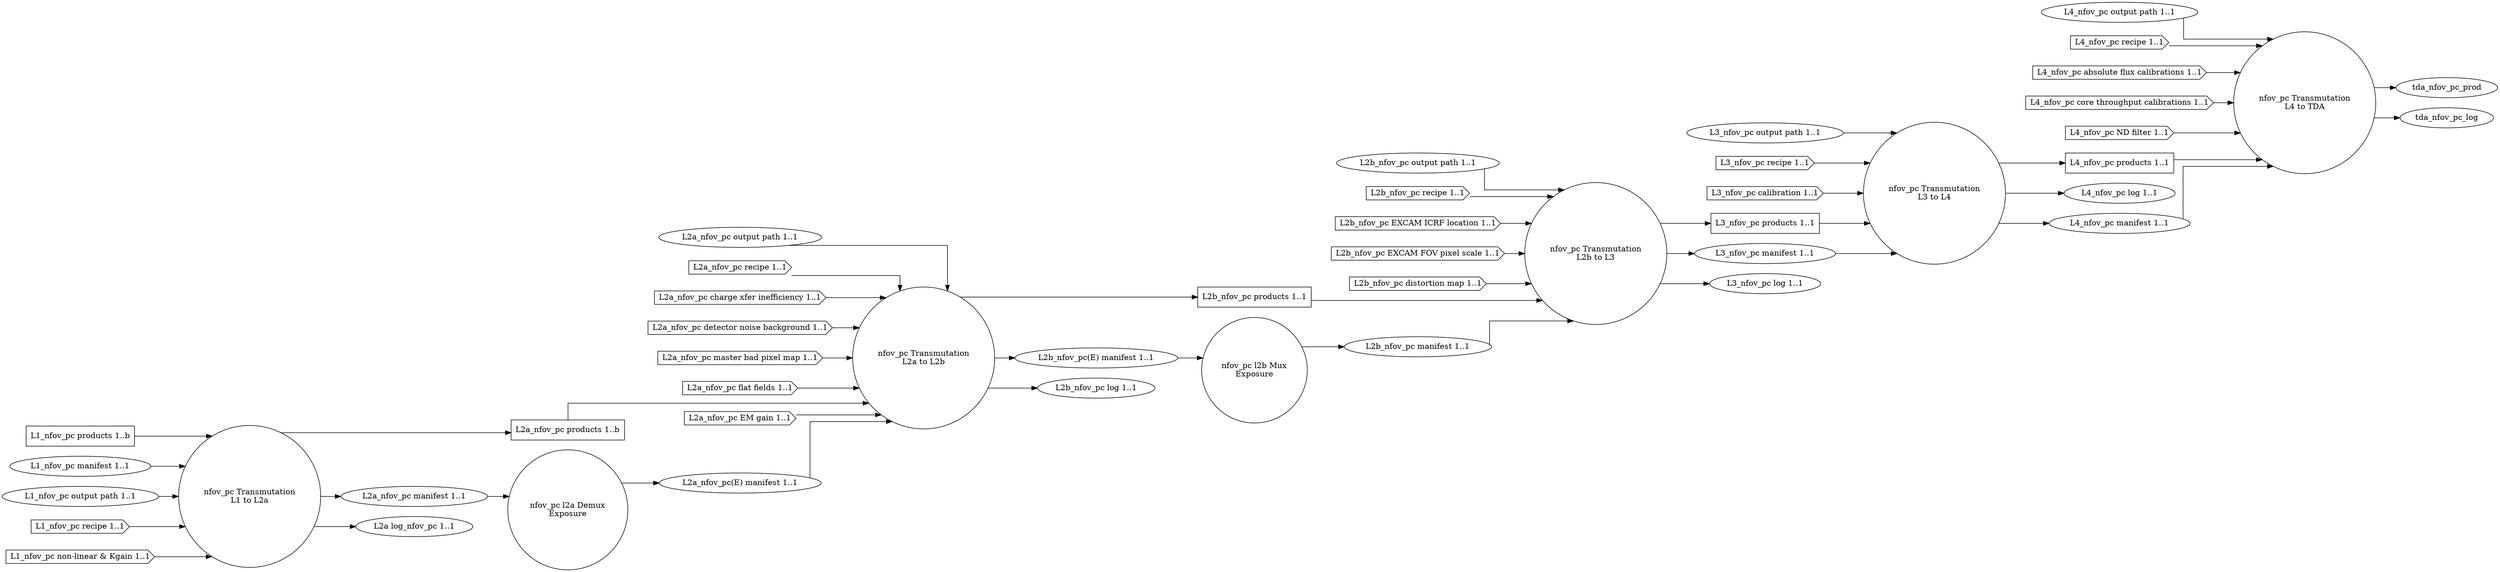
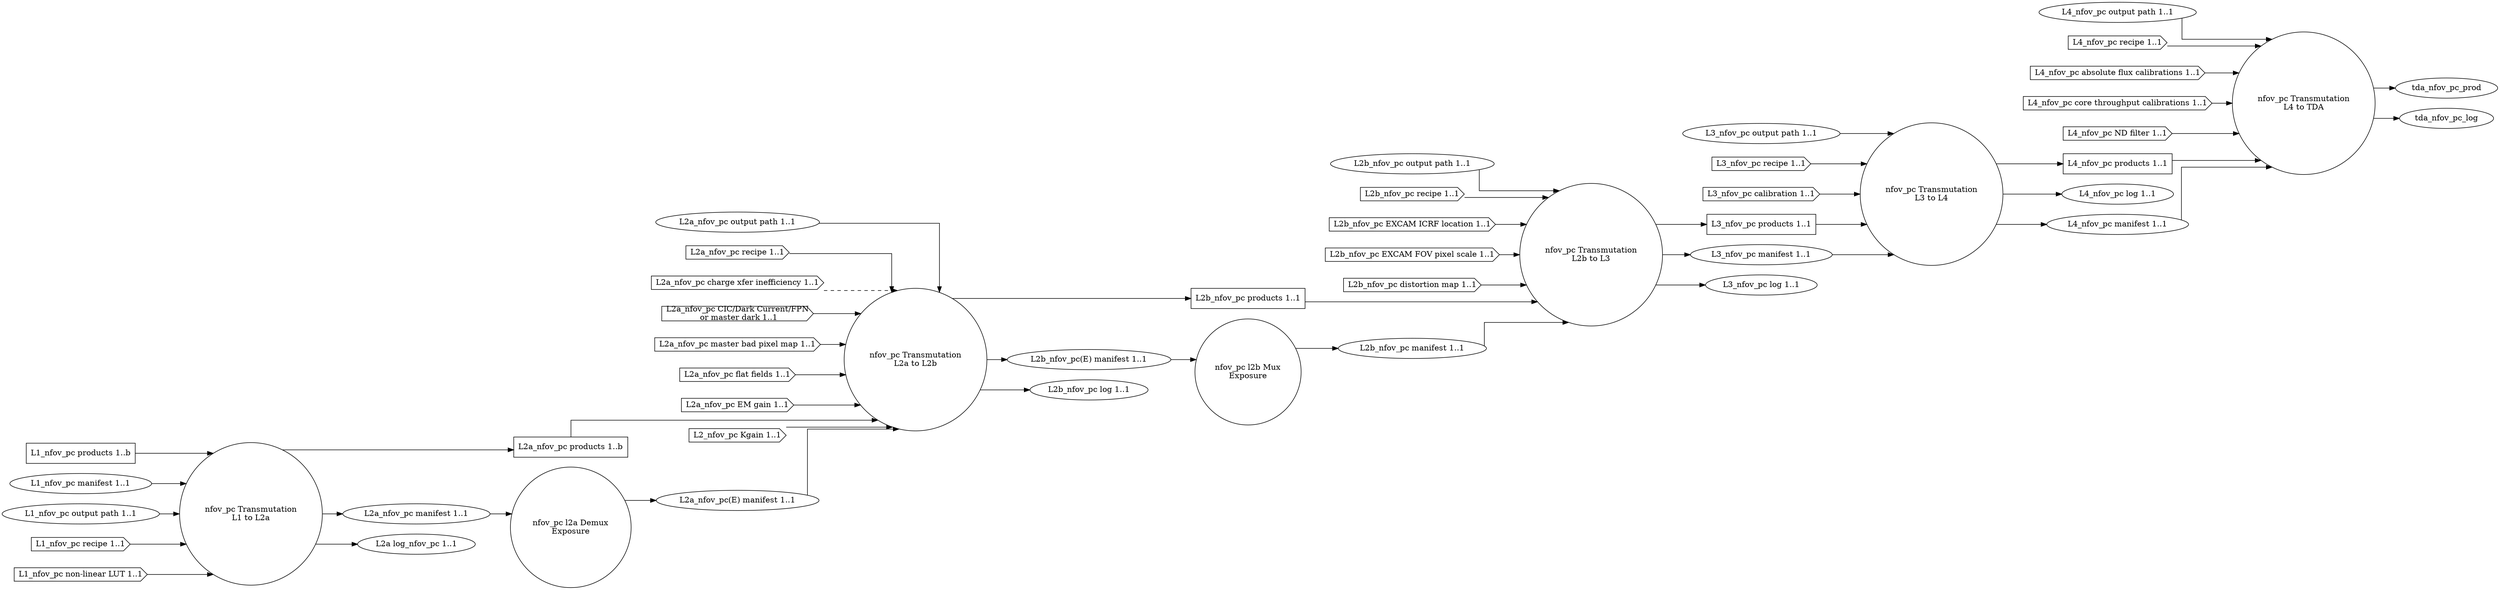
- digraph AbstractDesign
+ digraph NarrowFieldOfViewPhotonCount
{
  graph [splines="ortho", rankdir=LR];

  trans_nfov_pc_l1_l2a [label="nfov_pc Transmutation\nL1 to L2a", shape="circle"];
  l2a_nfov_pc_demux [label="nfov_pc l2a Demux\nExposure" shape="circle"];
  trans_nfov_pc_l2a_l2b [label="nfov_pc Transmutation\nL2a to L2b", shape="circle"];
  l2b_nfov_pc_mux [label="nfov_pc l2b Mux\nExposure", shape="circle"];
  trans_nfov_pc_l2b_l3 [label="nfov_pc Transmutation\nL2b to L3", shape="circle"];
  trans_nfov_pc_l3_l4 [label="nfov_pc Transmutation\nL3 to L4", shape="circle"];
  trans_nfov_pc_l4_tda [label="nfov_pc Transmutation\nL4 to TDA", shape="circle"];

  l1_nfov_pc_prod [label="L1_nfov_pc products 1..b", shape="rectangle"];
  l1_nfov_pc_man [label="L1_nfov_pc manifest 1..1", shape="ellipse"];
  l1_nfov_pc_odir [label="L1_nfov_pc output path 1..1", shape="ellipse"];
  l1_nfov_pc_rec [label="L1_nfov_pc recipe 1..1", shape="cds"];
-   l1_nfov_pc_nln [label="L1_nfov_pc non-linear & Kgain 1..1", shape="cds"];
+   l1_nfov_pc_nllut [label="L1_nfov_pc non-linear LUT 1..1", shape="cds"];

  l2a_nfov_pc_prod [label="L2a_nfov_pc products 1..b", shape="rectangle"];
  l2a_nfov_pc_man [label="L2a_nfov_pc manifest 1..1", shape="ellipse"];
  l2a_nfov_pc_odir [label="L2a_nfov_pc output path 1..1", shape="ellipse"];
  l2a_nfov_pc_rec [label="L2a_nfov_pc recipe 1..1", shape="cds"];
  l2a_nfov_pc_cti [label="L2a_nfov_pc charge xfer inefficiency 1..1", shape="cds"];
-   l2a_nfov_pc_dnb [label="L2a_nfov_pc detector noise background 1..1", shape="cds"];
+   l2a_nfov_pc_dnb [label="L2a_nfov_pc CIC/Dark Current/FPN\n or master dark 1..1", shape="cds"];
  l2a_nfov_pc_mbpm [label="L2a_nfov_pc master bad pixel map 1..1", shape="cds"];
  l2a_nfov_pc_ff [label="L2a_nfov_pc flat fields 1..1", shape="cds"];
  l2a_nfov_pc_emg [label="L2a_nfov_pc EM gain 1..1", shape="cds"];
+   l2a_nfov_pc_kgain [label="L2_nfov_pc Kgain 1..1", shape="cds"];
  l2a_nfov_pc_log [label="L2a log_nfov_pc 1..1", shape="ellipse"];
  l2a_nfov_pc_man_demux [label="L2a_nfov_pc(E) manifest 1..1", shape="ellipse"];

  l2b_nfov_pc_prod [label="L2b_nfov_pc products 1..1", shape="rectangle"];
  l2b_nfov_pc_man [label="L2b_nfov_pc manifest 1..1", shape="ellipse"];
  l2b_nfov_pc_odir [label="L2b_nfov_pc output path 1..1", shape="ellipse"];
  l2b_nfov_pc_rec [label="L2b_nfov_pc recipe 1..1", shape="cds"];
  l2b_nfov_pc_excicrf [label="L2b_nfov_pc EXCAM ICRF location 1..1", shape="cds"];
  l2b_nfov_pc_excfovps [label="L2b_nfov_pc EXCAM FOV pixel scale 1..1", shape="cds"];
  l2b_nfov_pc_distm [label="L2b_nfov_pc distortion map 1..1", shape="cds"];
  l2b_nfov_pc_man_demux [label="L2b_nfov_pc(E) manifest 1..1", shape="ellipse"];
  l2b_nfov_pc_log [label="L2b_nfov_pc log 1..1", shape="ellipse"];

  l3_nfov_pc_prod [label="L3_nfov_pc products 1..1", shape="rectangle"];
  l3_nfov_pc_odir [label="L3_nfov_pc output path 1..1", shape="ellipse"];
  l3_nfov_pc_man [label="L3_nfov_pc manifest 1..1", shape="ellipse"];
  l3_nfov_pc_rec [label="L3_nfov_pc recipe 1..1", shape="cds"];
  l3_nfov_pc_cal [label="L3_nfov_pc calibration 1..1", shape="cds"];
  l3_nfov_pc_log [label="L3_nfov_pc log 1..1", shape="ellipse"];

  l4_nfov_pc_prod [label="L4_nfov_pc products 1..1", shape="rectangle"];
  l4_nfov_pc_odir [label="L4_nfov_pc output path 1..1", shape="ellipse"];
  l4_nfov_pc_log [label="L4_nfov_pc log 1..1", shape="ellipse"];
  l4_nfov_pc_man [label="L4_nfov_pc manifest 1..1", shape="ellipse"];
  l4_nfov_pc_rec [label="L4_nfov_pc recipe 1..1", shape="cds"];
  l4_nfov_pc_afcal [label="L4_nfov_pc absolute flux calibrations 1..1", shape="cds"];
  l4_nfov_pc_ctcal [label="L4_nfov_pc core throughput calibrations 1..1", shape="cds"];
  l4_nfov_pc_ndfilt [label="L4_nfov_pc ND filter 1..1", shape="cds"];

  l1_nfov_pc_prod -> trans_nfov_pc_l1_l2a;
  l1_nfov_pc_man -> trans_nfov_pc_l1_l2a;
  l1_nfov_pc_odir -> trans_nfov_pc_l1_l2a;
  l1_nfov_pc_rec -> trans_nfov_pc_l1_l2a;
-   l1_nfov_pc_nln -> trans_nfov_pc_l1_l2a;
+   l1_nfov_pc_nllut -> trans_nfov_pc_l1_l2a;

  trans_nfov_pc_l1_l2a -> l2a_nfov_pc_prod;
  trans_nfov_pc_l1_l2a -> l2a_nfov_pc_man;
  trans_nfov_pc_l1_l2a -> l2a_nfov_pc_log;

  l2a_nfov_pc_prod -> trans_nfov_pc_l2a_l2b;
+   l2a_nfov_pc_kgain -> trans_nfov_pc_l2a_l2b;
  l2a_nfov_pc_odir -> trans_nfov_pc_l2a_l2b;
  l2a_nfov_pc_rec -> trans_nfov_pc_l2a_l2b;
-   l2a_nfov_pc_cti -> trans_nfov_pc_l2a_l2b;
+   l2a_nfov_pc_cti -> trans_nfov_pc_l2a_l2b [style="dashed"];
  l2a_nfov_pc_dnb -> trans_nfov_pc_l2a_l2b;
  l2a_nfov_pc_mbpm -> trans_nfov_pc_l2a_l2b;
  l2a_nfov_pc_ff -> trans_nfov_pc_l2a_l2b;
  l2a_nfov_pc_emg -> trans_nfov_pc_l2a_l2b;

  trans_nfov_pc_l2a_l2b -> l2b_nfov_pc_prod;
  trans_nfov_pc_l2a_l2b -> l2b_nfov_pc_man_demux;
  trans_nfov_pc_l2a_l2b -> l2b_nfov_pc_log;

  l2a_nfov_pc_man -> l2a_nfov_pc_demux;
  l2a_nfov_pc_demux -> l2a_nfov_pc_man_demux;
  l2a_nfov_pc_man_demux -> trans_nfov_pc_l2a_l2b;

  l2b_nfov_pc_man_demux -> l2b_nfov_pc_mux;
  l2b_nfov_pc_mux -> l2b_nfov_pc_man;

  l2b_nfov_pc_prod -> trans_nfov_pc_l2b_l3;
  l2b_nfov_pc_man -> trans_nfov_pc_l2b_l3;
  l2b_nfov_pc_odir -> trans_nfov_pc_l2b_l3;
  l2b_nfov_pc_rec -> trans_nfov_pc_l2b_l3;
  l2b_nfov_pc_excicrf -> trans_nfov_pc_l2b_l3;
  l2b_nfov_pc_excfovps -> trans_nfov_pc_l2b_l3;
  l2b_nfov_pc_distm -> trans_nfov_pc_l2b_l3;
  trans_nfov_pc_l2b_l3 -> l3_nfov_pc_prod;
  trans_nfov_pc_l2b_l3 -> l3_nfov_pc_man;
  trans_nfov_pc_l2b_l3 -> l3_nfov_pc_log;

  l3_nfov_pc_prod -> trans_nfov_pc_l3_l4;
  l3_nfov_pc_man -> trans_nfov_pc_l3_l4;
  l3_nfov_pc_odir -> trans_nfov_pc_l3_l4;
  l3_nfov_pc_rec -> trans_nfov_pc_l3_l4;
  l3_nfov_pc_cal -> trans_nfov_pc_l3_l4;
  trans_nfov_pc_l3_l4 -> l4_nfov_pc_prod;
  trans_nfov_pc_l3_l4 -> l4_nfov_pc_log;
  trans_nfov_pc_l3_l4 -> l4_nfov_pc_man;

  l4_nfov_pc_prod -> trans_nfov_pc_l4_tda;
  l4_nfov_pc_man -> trans_nfov_pc_l4_tda;
  l4_nfov_pc_odir -> trans_nfov_pc_l4_tda;
  l4_nfov_pc_rec -> trans_nfov_pc_l4_tda;
  l4_nfov_pc_afcal -> trans_nfov_pc_l4_tda;
  l4_nfov_pc_ctcal -> trans_nfov_pc_l4_tda;
  l4_nfov_pc_ndfilt -> trans_nfov_pc_l4_tda;
  trans_nfov_pc_l4_tda -> tda_nfov_pc_prod;
  trans_nfov_pc_l4_tda -> tda_nfov_pc_log;
}
